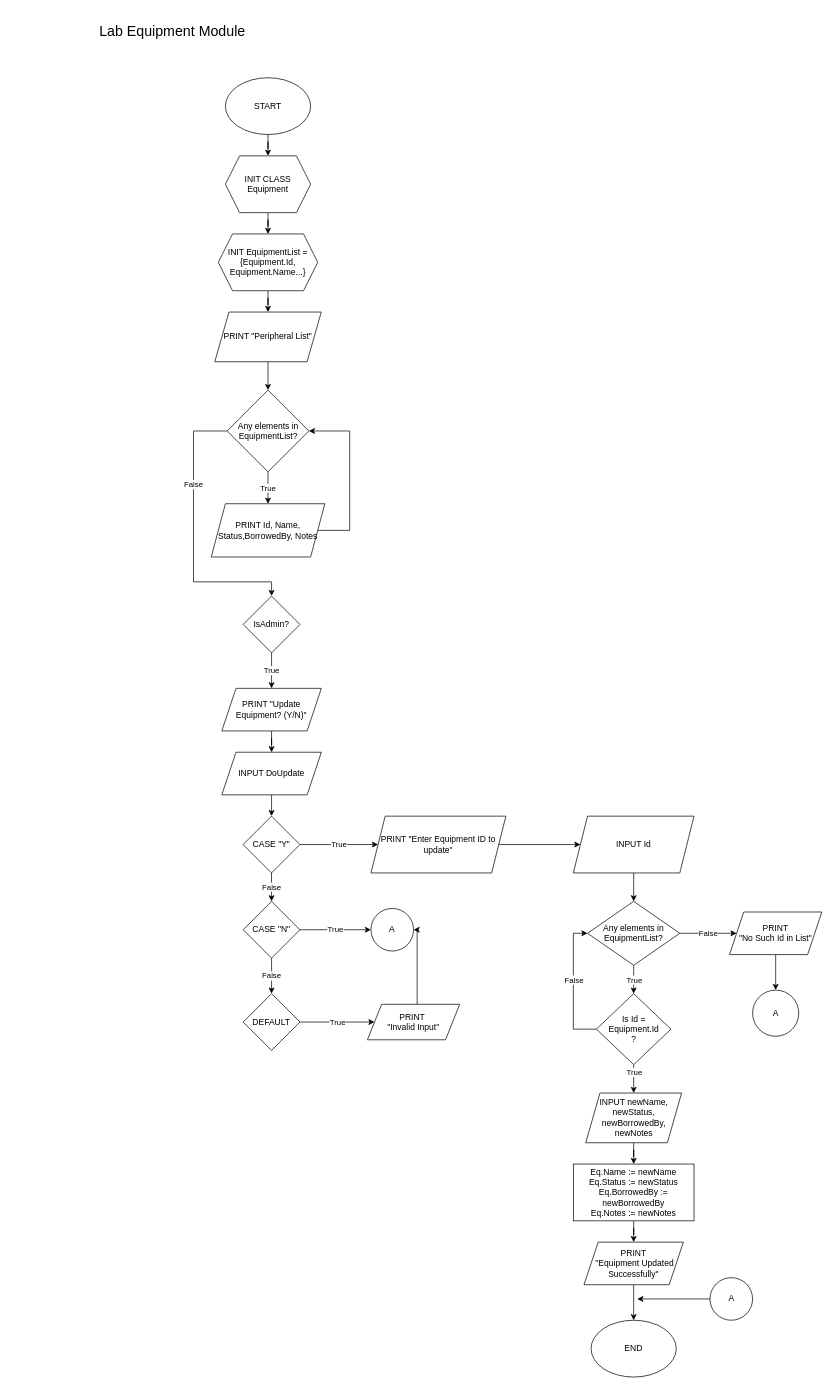
The draw.io diagram Untitled Diagram.drawio in FrinceNacion/EnrollmentModule, before the edit. Source tidied: cells renumbered, new cells numbered last; positions are measured from the earlier drawing's top-left corner, leaving out a move shared by most shapes. Both pictures are drawn from the tidied source at 71%, with x=0, y=0 at pixel (90, 12).
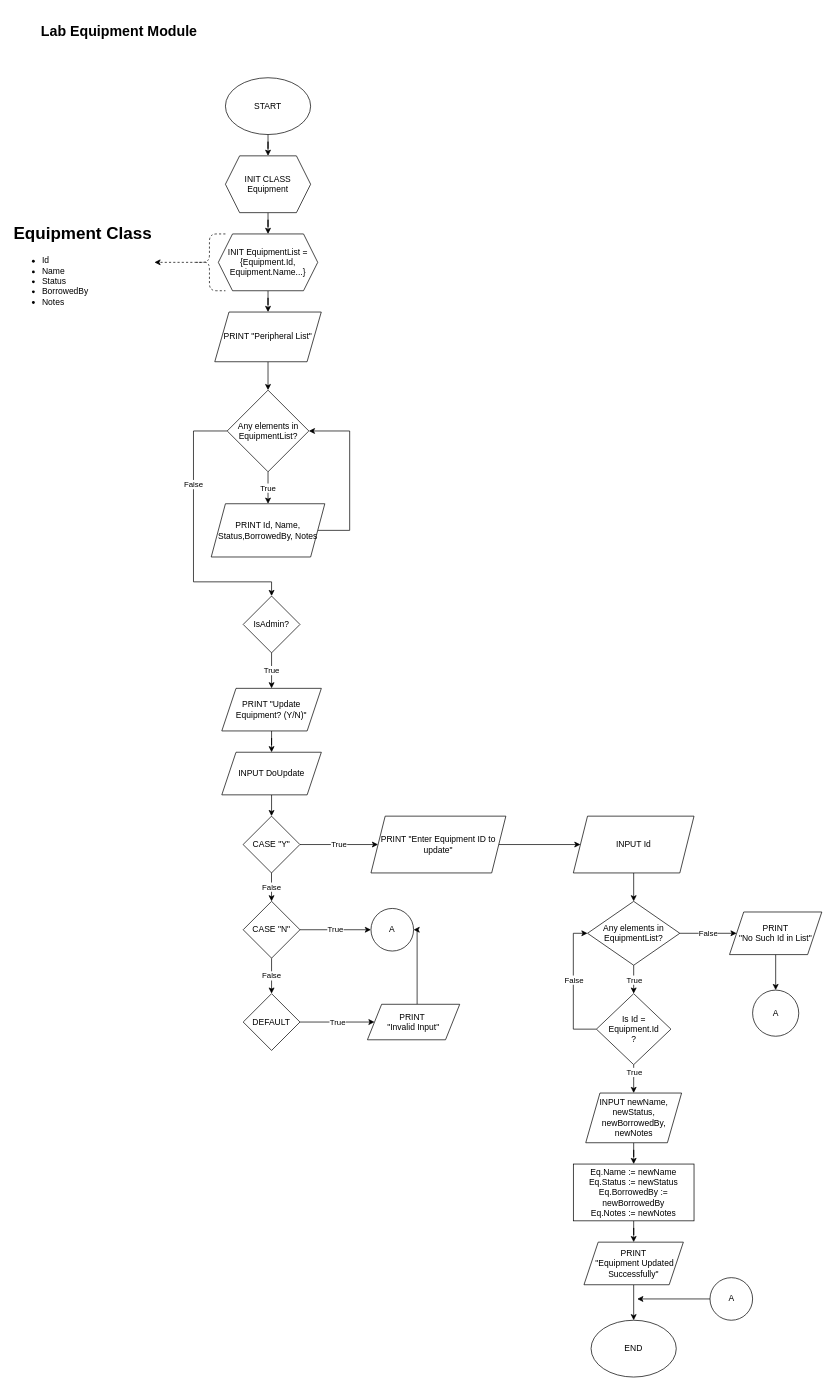
The same diagram, later.

Diff of the diagram source:
```diff
@@
-    <mxCell id="57" value="&lt;font size=&quot;1&quot;&gt;&lt;span style=&quot;line-height: 200%; font-size: 20px;&quot;&gt;Lab Equipment Module &lt;/span&gt;&lt;/font&gt;" style="text;html=1;align=center;verticalAlign=middle;strokeColor=none;fillColor=none;" parent="1" vertex="1">
-      <mxGeometry width="230" height="50" as="geometry" />
+    <mxCell id="57" value="&lt;b&gt;&lt;font size=&quot;1&quot;&gt;&lt;span style=&quot;line-height: 200%; font-size: 20px;&quot;&gt;Lab Equipment Module &lt;/span&gt;&lt;/font&gt;&lt;/b&gt;" style="text;html=1;align=center;verticalAlign=middle;strokeColor=none;fillColor=none;" parent="1" vertex="1">
+      <mxGeometry x="-80" width="240" height="50" as="geometry" />
     </mxCell>
+    <mxCell id="58" value="&lt;br&gt;&lt;h1 style=&quot;margin-top: 0px;&quot;&gt;Equipment Class&lt;br&gt;&lt;/h1&gt;&lt;ul&gt;&lt;li&gt;Id&lt;/li&gt;&lt;li&gt;Name&lt;/li&gt;&lt;li&gt;Status&lt;/li&gt;&lt;li&gt;BorrowedBy&lt;/li&gt;&lt;li&gt;Notes&lt;br&gt;&lt;/li&gt;&lt;/ul&gt;" style="text;html=1;whiteSpace=wrap;overflow=hidden;rounded=0;" parent="1" vertex="1">
+      <mxGeometry x="-110" y="277" width="200" height="150" as="geometry" />
+    </mxCell>
+    <mxCell id="59" style="edgeStyle=orthogonalEdgeStyle;rounded=0;jettySize=auto;html=1;entryX=1;entryY=0.5;entryDx=0;entryDy=0;exitX=0.1;exitY=0.5;exitDx=0;exitDy=0;exitPerimeter=0;dashed=1;" parent="1" edge="1" source="60" target="58">
+      <mxGeometry relative="1" as="geometry" />
+    </mxCell>
+    <mxCell id="60" style="shape=curlyBracket;whiteSpace=wrap;html=1;rounded=1;labelPosition=left;verticalLabelPosition=middle;align=right;verticalAlign=middle;size=0.5;dashed=1;" parent="1" vertex="1">
+      <mxGeometry x="145" y="312" width="45" height="80" as="geometry" />
+    </mxCell>
```
